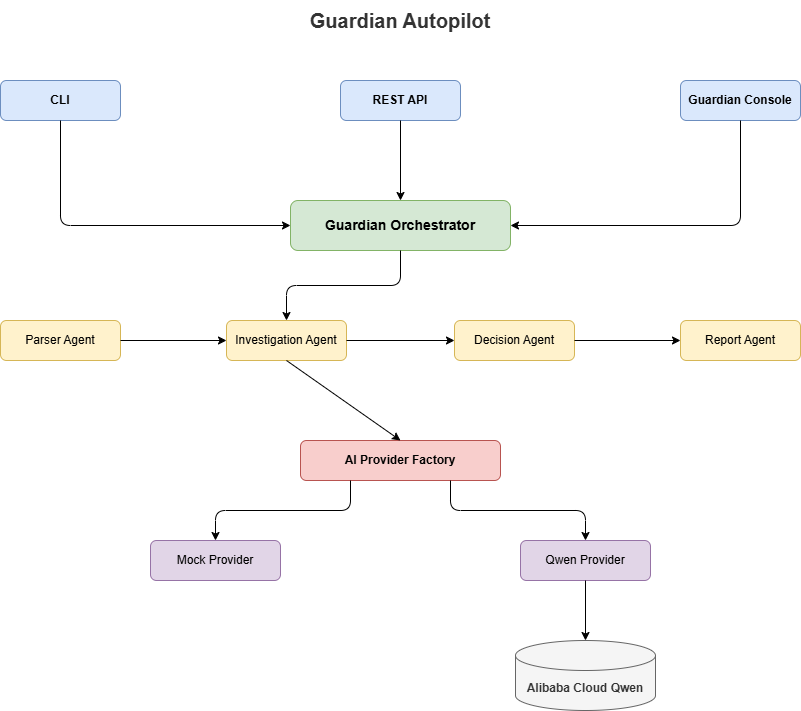
Earlier version of the draw.io export docs/images/architecture.png (apurba-labs/guardian-autopilot). Source tidied: cells renumbered, new cells last; positions are measured from the earlier drawing's top-left corner, leaving out a move shared by most shapes.
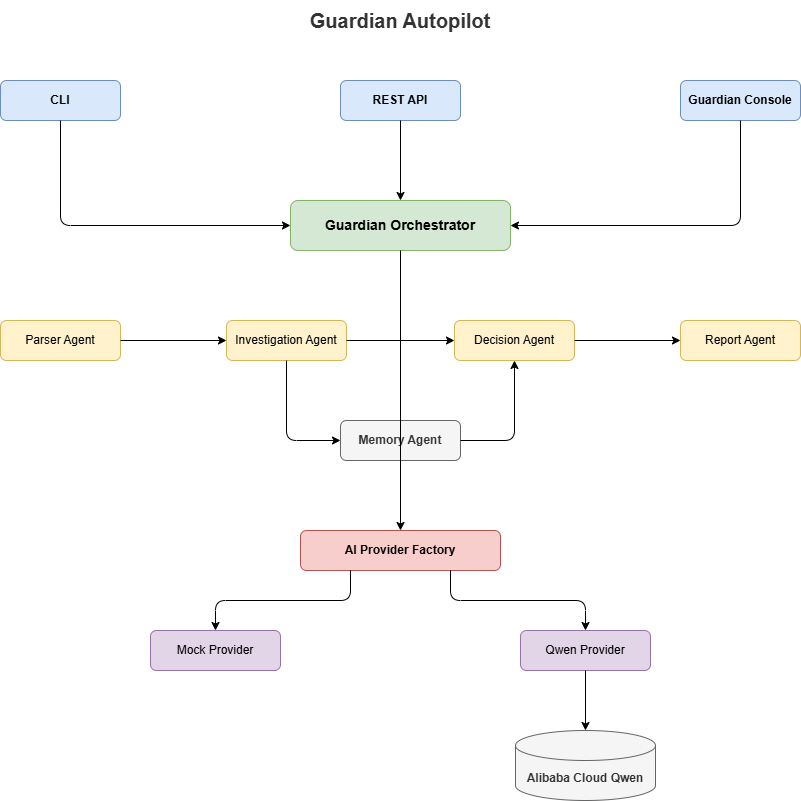
After the commit.

Commit message:
docs: update architecture diagram in README

Change to the diagram source:
```diff
@@ -20,26 +20,29 @@
     <mxCell id="7" value="Parser Agent" style="rounded=1;whiteSpace=wrap;html=1;fillColor=#fff2cc;strokeColor=#d6b656;" parent="1" vertex="1">
       <mxGeometry y="320" width="120" height="40" as="geometry" />
     </mxCell>
-    <mxCell id="8" value="Investigation&amp;nbsp;Agent" style="rounded=1;whiteSpace=wrap;html=1;fillColor=#fff2cc;strokeColor=#d6b656;" parent="1" vertex="1">
+    <mxCell id="8" value="Investigation Agent" style="rounded=1;whiteSpace=wrap;html=1;fillColor=#fff2cc;strokeColor=#d6b656;" parent="1" vertex="1">
       <mxGeometry x="226" y="320" width="120" height="40" as="geometry" />
     </mxCell>
-    <mxCell id="9" value="Decision&amp;nbsp;Agent" style="rounded=1;whiteSpace=wrap;html=1;fillColor=#fff2cc;strokeColor=#d6b656;" parent="1" vertex="1">
+    <mxCell id="9" value="Decision Agent" style="rounded=1;whiteSpace=wrap;html=1;fillColor=#fff2cc;strokeColor=#d6b656;" parent="1" vertex="1">
       <mxGeometry x="454" y="320" width="120" height="40" as="geometry" />
     </mxCell>
-    <mxCell id="10" value="Report&amp;nbsp;Agent" style="rounded=1;whiteSpace=wrap;html=1;fillColor=#fff2cc;strokeColor=#d6b656;" parent="1" vertex="1">
+    <mxCell id="10" value="Report Agent" style="rounded=1;whiteSpace=wrap;html=1;fillColor=#fff2cc;strokeColor=#d6b656;" parent="1" vertex="1">
       <mxGeometry x="680" y="320" width="120" height="40" as="geometry" />
     </mxCell>
+    <mxCell id="26" value="Memory Agent" style="rounded=1;whiteSpace=wrap;html=1;fillColor=#f5f5f5;strokeColor=#666666;fontStyle=1;fontColor=#333333;" parent="1" vertex="1">
+      <mxGeometry x="340" y="420" width="120" height="40" as="geometry" />
+    </mxCell>
     <mxCell id="11" value="AI Provider Factory" style="rounded=1;whiteSpace=wrap;html=1;fillColor=#f8cecc;strokeColor=#b85450;fontStyle=1;" parent="1" vertex="1">
-      <mxGeometry x="300" y="440" width="200" height="40" as="geometry" />
+      <mxGeometry x="300" y="530" width="200" height="40" as="geometry" />
     </mxCell>
     <mxCell id="12" value="Mock Provider" style="rounded=1;whiteSpace=wrap;html=1;fillColor=#e1d5e7;strokeColor=#9673a6;" parent="1" vertex="1">
-      <mxGeometry x="150" y="540" width="130" height="40" as="geometry" />
+      <mxGeometry x="150" y="630" width="130" height="40" as="geometry" />
     </mxCell>
     <mxCell id="13" value="Qwen Provider" style="rounded=1;whiteSpace=wrap;html=1;fillColor=#e1d5e7;strokeColor=#9673a6;" parent="1" vertex="1">
-      <mxGeometry x="520" y="540" width="130" height="40" as="geometry" />
+      <mxGeometry x="520" y="630" width="130" height="40" as="geometry" />
     </mxCell>
     <mxCell id="14" value="Alibaba Cloud Qwen" style="shape=cylinder3;whiteSpace=wrap;html=1;boundedLbl=1;backgroundOutline=1;size=15;fillColor=#f5f5f5;fontColor=#333333;strokeColor=#666666;fontStyle=1;" parent="1" vertex="1">
-      <mxGeometry x="515" y="640" width="140" height="70" as="geometry" />
+      <mxGeometry x="515" y="730" width="140" height="70" as="geometry" />
     </mxCell>
     <mxCell id="15" style="endArrow=classic;html=1;exitX=0.5;exitY=1;exitDx=0;exitDy=0;entryX=0;entryY=0.5;entryDx=0;entryDy=0;edgeStyle=orthogonalEdgeStyle;" parent="1" edge="1" source="3" target="6">
       <mxGeometry relative="1" as="geometry" />
@@ -50,9 +53,6 @@
     <mxCell id="17" style="endArrow=classic;html=1;exitX=0.5;exitY=1;exitDx=0;exitDy=0;entryX=1;entryY=0.5;entryDx=0;entryDy=0;edgeStyle=orthogonalEdgeStyle;" parent="1" edge="1" source="5" target="6">
       <mxGeometry relative="1" as="geometry" />
     </mxCell>
-    <mxCell id="18" style="endArrow=classic;html=1;exitX=0.5;exitY=1;exitDx=0;exitDy=0;entryX=0.5;entryY=0;entryDx=0;entryDy=0;edgeStyle=orthogonalEdgeStyle;" parent="1" edge="1" source="6" target="8">
-      <mxGeometry relative="1" as="geometry" />
-    </mxCell>
     <mxCell id="19" style="endArrow=classic;html=1;exitX=1;exitY=0.5;exitDx=0;exitDy=0;entryX=0;entryY=0.5;entryDx=0;entryDy=0;" parent="1" edge="1" source="7" target="8">
       <mxGeometry relative="1" as="geometry" />
     </mxCell>
@@ -62,9 +62,15 @@
     <mxCell id="21" style="endArrow=classic;html=1;exitX=1;exitY=0.5;exitDx=0;exitDy=0;entryX=0;entryY=0.5;entryDx=0;entryDy=0;" parent="1" edge="1" source="9" target="10">
       <mxGeometry relative="1" as="geometry" />
     </mxCell>
-    <mxCell id="22" style="endArrow=classic;html=1;exitX=0.5;exitY=1;exitDx=0;exitDy=0;entryX=0.5;entryY=0;entryDx=0;entryDy=0;" parent="1" edge="1" source="8" target="11">
-      <mxGeometry relative="1" as="geometry" />
-    </mxCell>
+    <mxCell id="27" style="endArrow=classic;html=1;exitX=0.5;exitY=1;exitDx=0;exitDy=0;entryX=0;entryY=0.5;entryDx=0;entryDy=0;edgeStyle=orthogonalEdgeStyle;" parent="1" edge="1" source="8" target="26">
+      <mxGeometry relative="1" as="geometry" />
+    </mxCell>
+    <mxCell id="28" style="endArrow=classic;html=1;exitX=1;exitY=0.5;exitDx=0;exitDy=0;entryX=0.5;entryY=1;entryDx=0;entryDy=0;edgeStyle=orthogonalEdgeStyle;" parent="1" edge="1" source="26" target="9">
+      <mxGeometry relative="1" as="geometry" />
+    </mxCell>
+    <mxCell id="29" style="endArrow=classic;html=1;exitX=0.5;exitY=1;exitDx=0;exitDy=0;entryX=0.5;entryY=0;entryDx=0;entryDy=0;" parent="1" edge="1" source="6" target="11">
+      <mxGeometry relative="1" as="geometry" />
+    </mxCell>
     <mxCell id="23" style="endArrow=classic;html=1;exitX=0.25;exitY=1;exitDx=0;exitDy=0;entryX=0.5;entryY=0;entryDx=0;entryDy=0;edgeStyle=orthogonalEdgeStyle;" parent="1" edge="1" source="11" target="12">
       <mxGeometry relative="1" as="geometry" />
     </mxCell>
```
